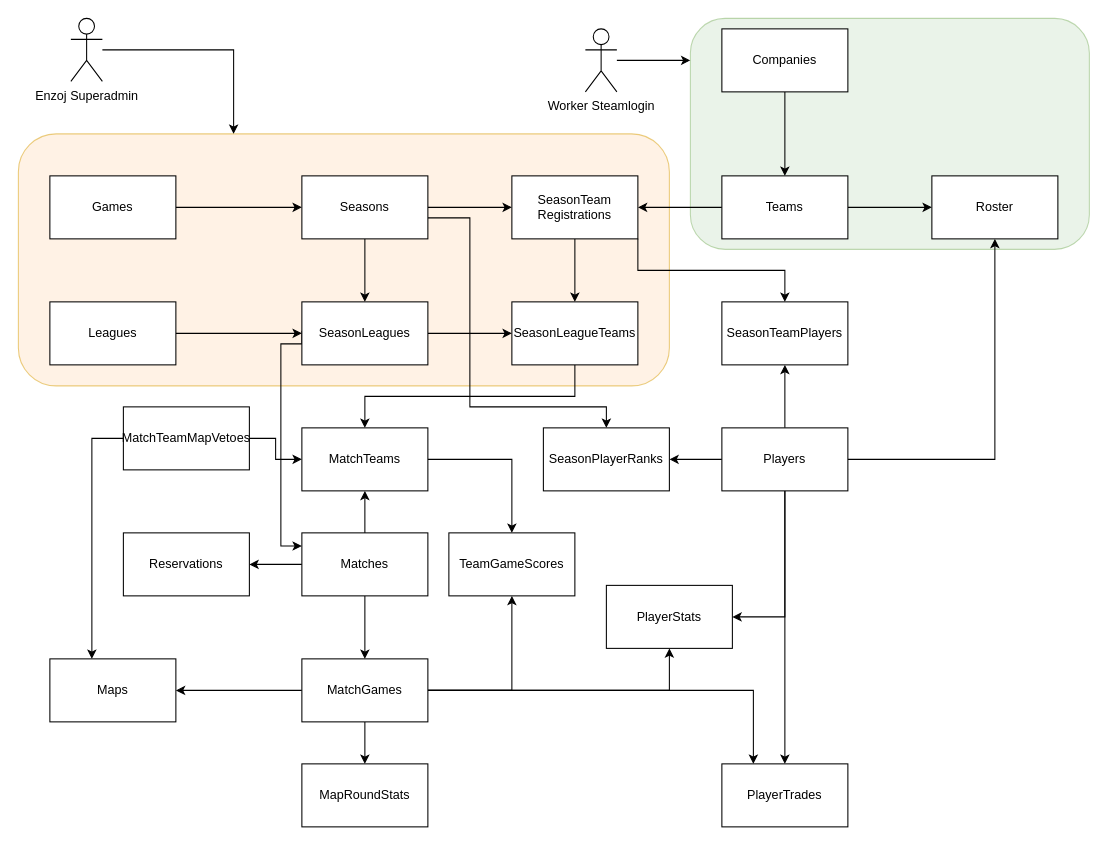
This is docs/kanastats.drawio from sebazai/eggosystem, a draw.io file, before an edit. Source tidied: cells renumbered, new cells numbered last; positions are measured from the earlier drawing's top-left corner, leaving out a move shared by most shapes. Both pictures are drawn from the tidied source at 105%, with x=0, y=0 at pixel (18, 18).
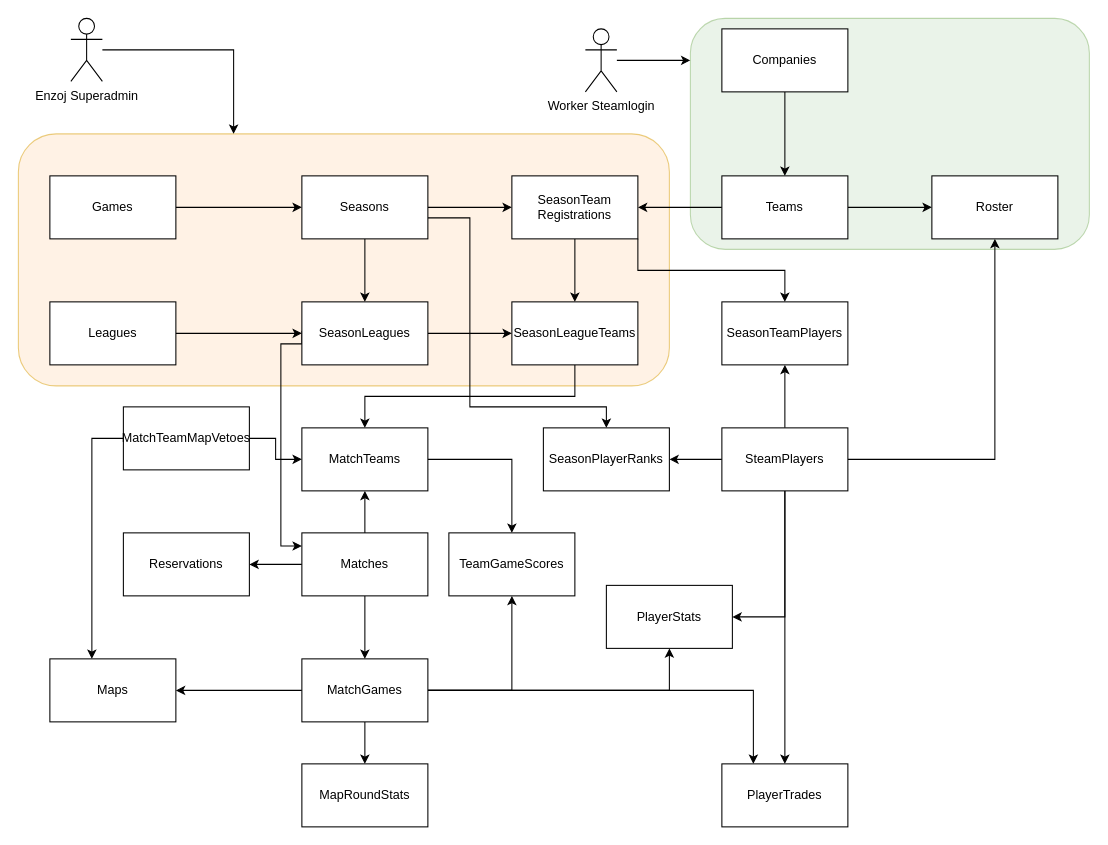
The same diagram, later.

The edit, as a diff of the source:
```diff
@@
-    <mxCell id="34" value="Players" style="rounded=0;whiteSpace=wrap;html=1;" parent="1" vertex="1">
+    <mxCell id="34" value="SteamPlayers" style="rounded=0;whiteSpace=wrap;html=1;" parent="1" vertex="1">
       <mxGeometry x="670" y="390" width="120" height="60" as="geometry" />
     </mxCell>
```
